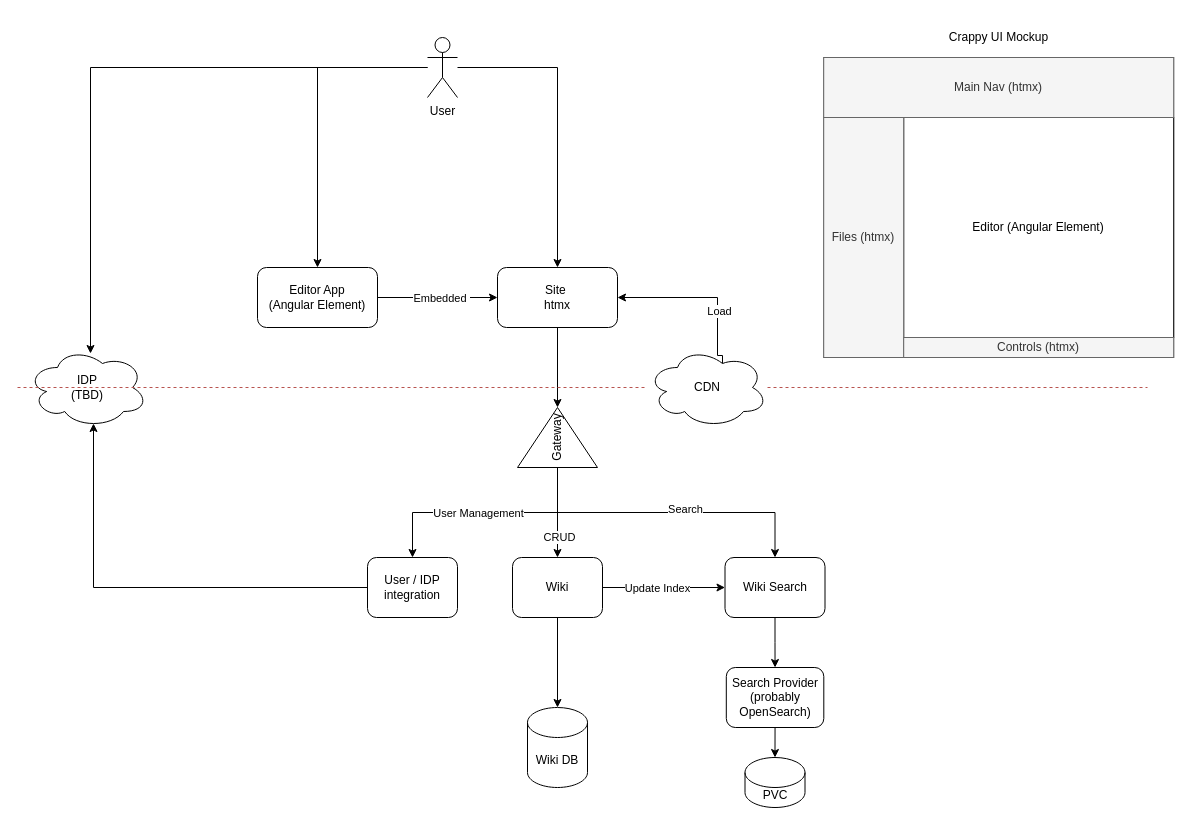
Before: doc/system_design.drawio in CanadianCommander/devwiki, a draw.io diagram. Source tidied: cells renumbered, new cells numbered last; positions are measured from the earlier drawing's top-left corner, leaving out a move shared by most shapes. Both pictures are drawn from the tidied source at 100%, with x=0, y=0 at pixel (17, 17).
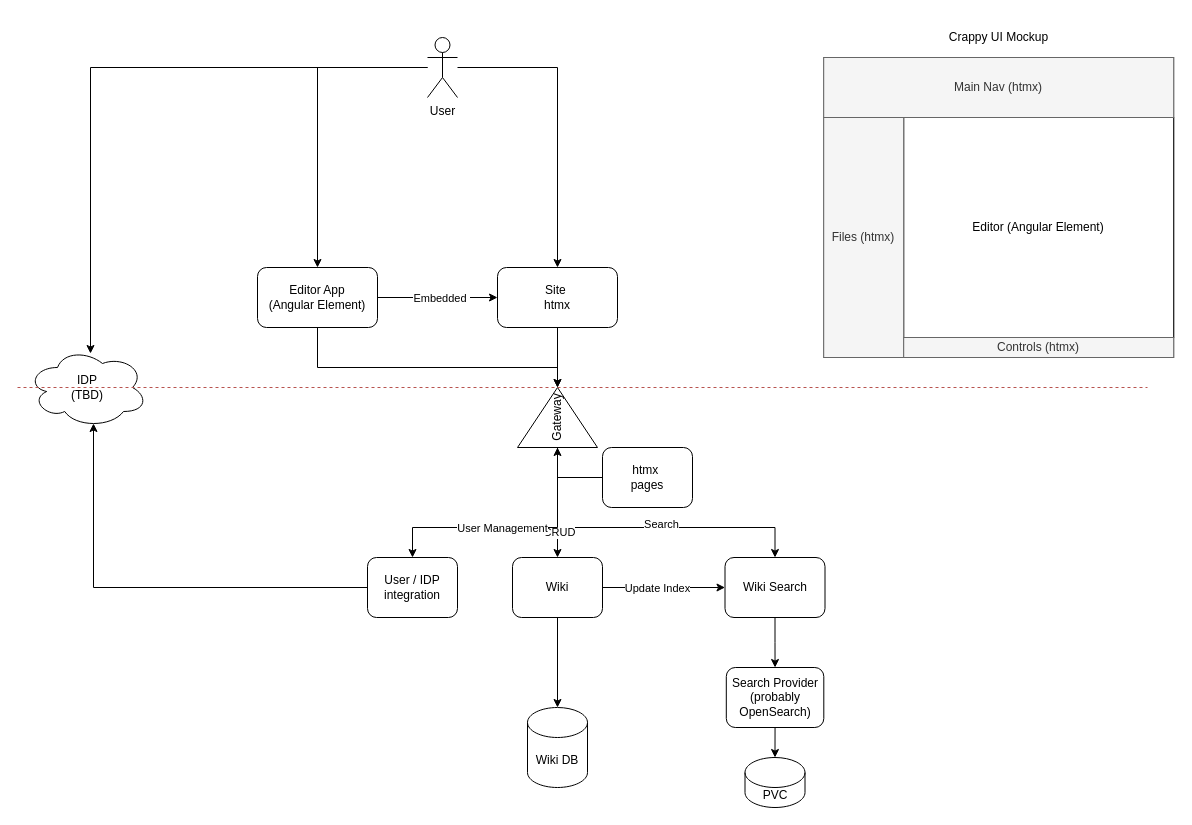
The same page after the edit.

Unchanged cells that the change refers to:
```xml
<mxCell id="9" value="Site&amp;nbsp;&lt;br&gt;htmx" style="rounded=1;whiteSpace=wrap;html=1;" parent="1" vertex="1">
  <mxGeometry x="480" y="250" width="120" height="60" as="geometry" />
</mxCell>
<mxCell id="10" value="Editor App&lt;br&gt;(Angular Element)" style="rounded=1;whiteSpace=wrap;html=1;" parent="1" vertex="1">
  <mxGeometry x="240" y="250" width="120" height="60" as="geometry" />
</mxCell>
<mxCell id="19" value="User / IDP integration" style="rounded=1;whiteSpace=wrap;html=1;" parent="1" vertex="1">
  <mxGeometry x="350" y="540" width="90" height="60" as="geometry" />
</mxCell>
<mxCell id="32" value="Wiki Search" style="rounded=1;whiteSpace=wrap;html=1;" parent="1" vertex="1">
  <mxGeometry x="707.5" y="540" width="100" height="60" as="geometry" />
</mxCell>
```

What changed in the source:
```diff
@@
+    <mxCell id="42" style="edgeStyle=orthogonalEdgeStyle;rounded=0;jettySize=auto;html=1;exitX=0.5;exitY=1;exitDx=0;exitDy=0;entryX=1;entryY=0.5;entryDx=0;entryDy=0;" parent="1" edge="1" source="10" target="26">
+      <mxGeometry relative="1" as="geometry">
+        <Array as="points">
+          <mxPoint x="300" y="350" />
+          <mxPoint x="540" y="350" />
+        </Array>
+      </mxGeometry>
+    </mxCell>
@@
-    <mxCell id="17" style="endArrow=none;dashed=1;html=1;rounded=0;fillColor=#f8cecc;strokeColor=#b85450;" parent="1" edge="1" source="41">
+    <mxCell id="17" style="endArrow=none;dashed=1;html=1;rounded=0;fillColor=#f8cecc;strokeColor=#b85450;" parent="1" edge="1">
       <mxGeometry relative="1" as="geometry">
+        <mxPoint x="630" y="370" as="sourcePoint" />
         <mxPoint x="1130" y="370" as="targetPoint" />
       </mxGeometry>
     </mxCell>
@@
     <mxCell id="20" style="edgeStyle=orthogonalEdgeStyle;rounded=0;jettySize=auto;html=1;exitX=0;exitY=0.5;exitDx=0;exitDy=0;entryX=0.5;entryY=0;entryDx=0;entryDy=0;" parent="1" edge="1" source="26" target="32">
-      <mxGeometry relative="1" as="geometry" />
+      <mxGeometry relative="1" as="geometry">
+        <Array as="points">
+          <mxPoint x="540" y="510" />
+          <mxPoint x="758" y="510" />
+        </Array>
+      </mxGeometry>
     </mxCell>
@@
     <mxCell id="24" style="edgeStyle=orthogonalEdgeStyle;rounded=0;jettySize=auto;html=1;exitX=0;exitY=0.5;exitDx=0;exitDy=0;entryX=0.5;entryY=0;entryDx=0;entryDy=0;" parent="1" edge="1" source="26" target="19">
-      <mxGeometry relative="1" as="geometry" />
+      <mxGeometry relative="1" as="geometry">
+        <Array as="points">
+          <mxPoint x="540" y="510" />
+          <mxPoint x="395" y="510" />
+        </Array>
+      </mxGeometry>
     </mxCell>
@@
     <mxCell id="26" value="Gateway" style="triangle;whiteSpace=wrap;html=1;rotation=-90;" parent="1" vertex="1">
-      <mxGeometry x="510" y="380" width="60" height="80" as="geometry" />
+      <mxGeometry x="510" y="360" width="60" height="80" as="geometry" />
     </mxCell>
@@
-    <mxCell id="38" style="endArrow=none;dashed=1;html=1;rounded=0;fillColor=#f8cecc;strokeColor=#b85450;" parent="1" edge="1" target="41">
+    <mxCell id="38" style="endArrow=none;dashed=1;html=1;rounded=0;fillColor=#f8cecc;strokeColor=#b85450;" parent="1" edge="1">
       <mxGeometry relative="1" as="geometry">
         <mxPoint y="370" as="sourcePoint" />
+        <mxPoint x="630" y="370" as="targetPoint" />
       </mxGeometry>
     </mxCell>
-    <mxCell id="39" style="edgeStyle=orthogonalEdgeStyle;rounded=0;jettySize=auto;html=1;exitX=0.625;exitY=0.2;exitDx=0;exitDy=0;exitPerimeter=0;entryX=1;entryY=0.5;entryDx=0;entryDy=0;" parent="1" edge="1" source="41" target="9">
-      <mxGeometry relative="1" as="geometry">
-        <Array as="points">
-          <mxPoint x="705" y="338" />
-          <mxPoint x="700" y="338" />
-          <mxPoint x="700" y="280" />
-        </Array>
-      </mxGeometry>
-    </mxCell>
-    <mxCell id="40" value="Load" style="edgeLabel;html=1;align=center;verticalAlign=middle;" parent="39" vertex="1">
-      <mxGeometry x="-0.32" y="-1" relative="1" as="geometry" />
-    </mxCell>
-    <mxCell id="41" value="CDN" style="ellipse;shape=cloud;whiteSpace=wrap;html=1;" parent="1" vertex="1">
-      <mxGeometry x="630" y="330" width="120" height="80" as="geometry" />
-    </mxCell>
+    <mxCell id="43" style="edgeStyle=orthogonalEdgeStyle;rounded=0;jettySize=auto;html=1;exitX=0;exitY=0.5;exitDx=0;exitDy=0;entryX=0;entryY=0.5;entryDx=0;entryDy=0;" parent="1" edge="1" source="44" target="26">
+      <mxGeometry relative="1" as="geometry" />
+    </mxCell>
+    <mxCell id="44" value="htmx&amp;nbsp;&lt;br&gt;pages" style="rounded=1;whiteSpace=wrap;html=1;" parent="1" vertex="1">
+      <mxGeometry x="585" y="430" width="90" height="60" as="geometry" />
+    </mxCell>
```
